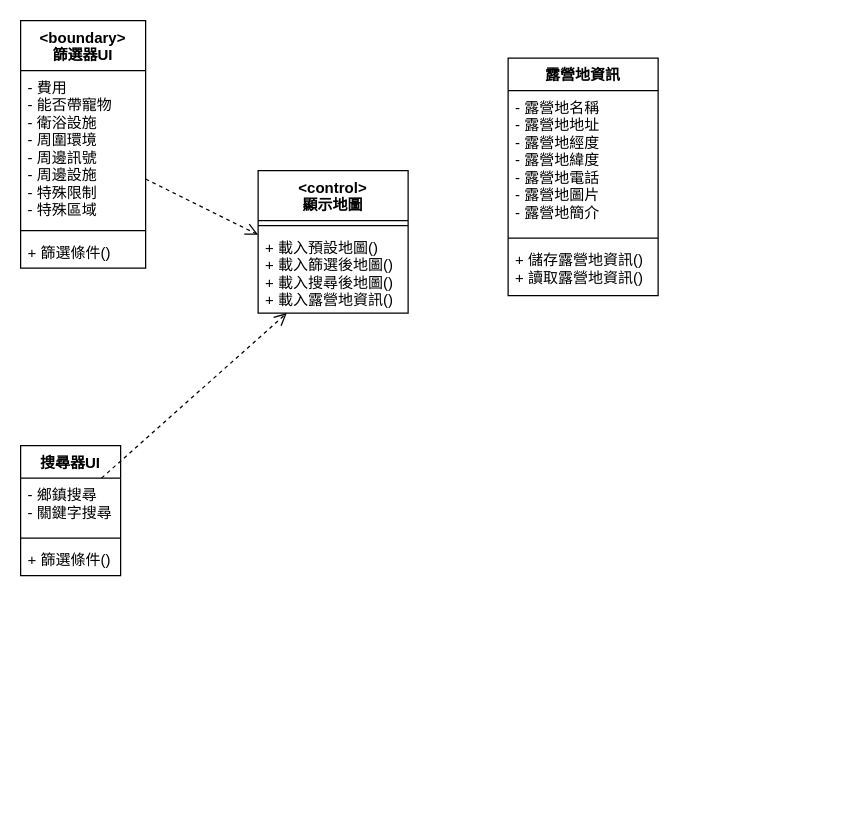
The draw.io diagram page "類別圖" (3 of 3) of UI圖.drawio in sanchongdragon/DrawIOTest, before the edit. Source tidied: cells renumbered, new cells numbered last; positions are measured from the earlier drawing's top-left corner, leaving out a move shared by most shapes. Both pictures are drawn from the tidied source at 125%, with x=0, y=0 at pixel (20, 20).
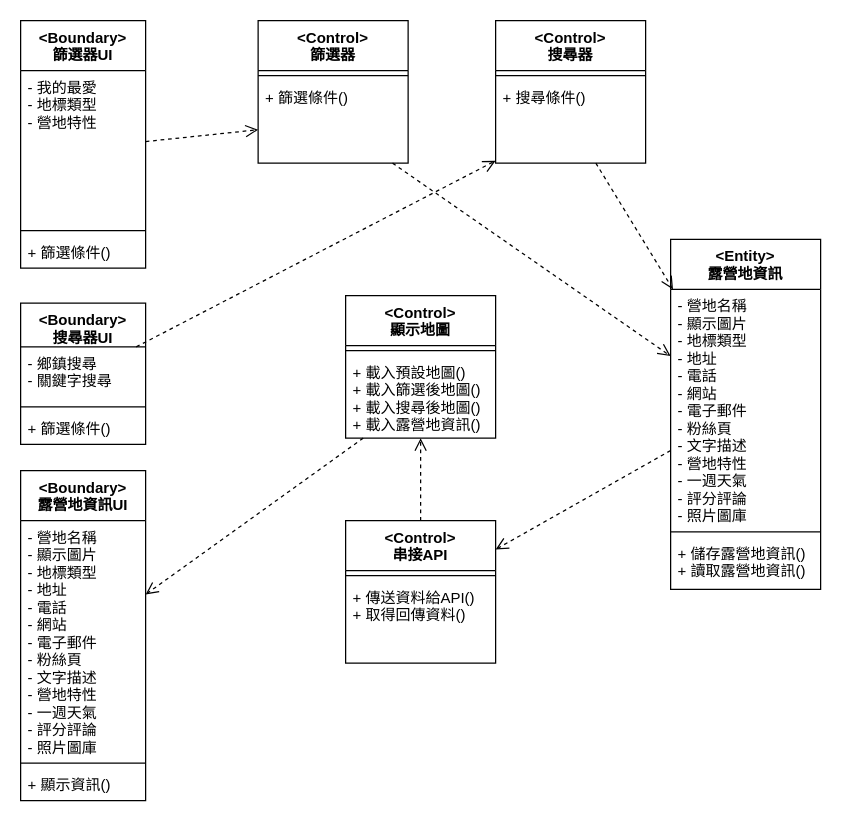
Above is the later version.

Unchanged cells that the change refers to:
```xml
<mxCell id="4" value="+ 載入預設地圖()&#10;+ 載入篩選後地圖()&#10;+ 載入搜尋後地圖()&#10;+ 載入露營地資訊()" style="text;strokeColor=none;fillColor=none;align=left;verticalAlign=top;spacingLeft=4;spacingRight=4;overflow=hidden;points=[[0,0.5],[1,0.5]];portConstraint=eastwest;" parent="2" vertex="1">
  <mxGeometry y="48" width="120" height="66" as="geometry" />
</mxCell>
```

Change to the diagram source:
```diff
@@
-    <mxCell id="2" value="&lt;control&gt;&#10;顯示地圖" style="swimlane;fontStyle=1;align=center;verticalAlign=top;horizontal=1;startSize=40;" parent="1" vertex="1">
-      <mxGeometry x="190" y="120" width="120" height="114" as="geometry" />
+    <mxCell id="2" value="&lt;Control&gt;&#10;顯示地圖" style="swimlane;fontStyle=1;align=center;verticalAlign=top;horizontal=1;startSize=40;" parent="1" vertex="1">
+      <mxGeometry x="260" y="220" width="120" height="114" as="geometry" />
     </mxCell>
@@
-    <mxCell id="5" value="露營地資訊" style="swimlane;fontStyle=1;align=center;verticalAlign=top;horizontal=1;startSize=26;" parent="1" vertex="1">
-      <mxGeometry x="390" y="30" width="120" height="190" as="geometry" />
+    <mxCell id="5" value="&lt;Entity&gt;&#10;露營地資訊" style="swimlane;fontStyle=1;align=center;verticalAlign=top;horizontal=1;startSize=40;" parent="1" vertex="1">
+      <mxGeometry x="520" y="175" width="120" height="280" as="geometry" />
     </mxCell>
-    <mxCell id="6" value="- 露營地名稱&#10;- 露營地地址&#10;- 露營地經度&#10;- 露營地緯度&#10;- 露營地電話&#10;- 露營地圖片&#10;- 露營地簡介" style="text;strokeColor=none;fillColor=none;align=left;verticalAlign=top;spacingLeft=4;spacingRight=4;overflow=hidden;points=[[0,0.5],[1,0.5]];portConstraint=eastwest;" parent="5" vertex="1">
-      <mxGeometry y="26" width="120" height="114" as="geometry" />
+    <mxCell id="6" value="- 營地名稱&#10;- 顯示圖片&#10;- 地標類型&#10;- 地址&#10;- 電話&#10;- 網站&#10;- 電子郵件&#10;- 粉絲頁&#10;- 文字描述&#10;- 營地特性&#10;- 一週天氣&#10;- 評分評論&#10;- 照片圖庫" style="text;strokeColor=none;fillColor=none;align=left;verticalAlign=top;spacingLeft=4;spacingRight=4;overflow=hidden;points=[[0,0.5],[1,0.5]];portConstraint=eastwest;" parent="5" vertex="1">
+      <mxGeometry y="40" width="120" height="190" as="geometry" />
     </mxCell>
     <mxCell id="7" style="line;strokeWidth=1;fillColor=none;align=left;verticalAlign=middle;spacingTop=-1;spacingLeft=3;spacingRight=3;labelPosition=right;" parent="5" vertex="1">
-      <mxGeometry y="140" width="120" height="8" as="geometry" />
+      <mxGeometry y="230" width="120" height="8" as="geometry" />
     </mxCell>
     <mxCell id="8" value="+ 儲存露營地資訊()&#10;+ 讀取露營地資訊()" style="text;strokeColor=none;fillColor=none;align=left;verticalAlign=top;spacingLeft=4;spacingRight=4;overflow=hidden;" parent="5" vertex="1">
-      <mxGeometry y="148" width="120" height="42" as="geometry" />
+      <mxGeometry y="238" width="120" height="42" as="geometry" />
     </mxCell>
-    <mxCell id="9" value="&lt;boundary&gt;&#10;篩選器UI" style="swimlane;fontStyle=1;align=center;verticalAlign=top;horizontal=1;startSize=40;" parent="1" vertex="1">
+    <mxCell id="9" value="&lt;Boundary&gt;&#10;篩選器UI" style="swimlane;fontStyle=1;align=center;verticalAlign=top;horizontal=1;startSize=40;" parent="1" vertex="1">
       <mxGeometry width="100" height="198" as="geometry" />
     </mxCell>
-    <mxCell id="10" value="- 費用&#10;- 能否帶寵物&#10;- 衛浴設施&#10;- 周圍環境&#10;- 周邊訊號&#10;- 周邊設施&#10;- 特殊限制&#10;- 特殊區域" style="text;strokeColor=none;fillColor=none;align=left;verticalAlign=top;spacingLeft=4;spacingRight=4;overflow=hidden;points=[[0,0.5],[1,0.5]];portConstraint=eastwest;" parent="9" vertex="1">
+    <mxCell id="10" value="- 我的最愛&#10;- 地標類型&#10;- 營地特性" style="text;strokeColor=none;fillColor=none;align=left;verticalAlign=top;spacingLeft=4;spacingRight=4;overflow=hidden;points=[[0,0.5],[1,0.5]];portConstraint=eastwest;" parent="9" vertex="1">
       <mxGeometry y="40" width="100" height="124" as="geometry" />
     </mxCell>
@@
-    <mxCell id="13" value="搜尋器UI" style="swimlane;fontStyle=1;align=center;verticalAlign=top;horizontal=1;startSize=26;" parent="1" vertex="1">
-      <mxGeometry y="340" width="80" height="104" as="geometry" />
+    <mxCell id="13" value="&lt;Boundary&gt;&#10;搜尋器UI" style="swimlane;fontStyle=1;align=center;verticalAlign=top;horizontal=1;startSize=35;" parent="1" vertex="1">
+      <mxGeometry y="226" width="100" height="113" as="geometry" />
     </mxCell>
     <mxCell id="14" value="- 鄉鎮搜尋&#10;- 關鍵字搜尋" style="text;strokeColor=none;fillColor=none;align=left;verticalAlign=top;spacingLeft=4;spacingRight=4;overflow=hidden;points=[[0,0.5],[1,0.5]];portConstraint=eastwest;" parent="13" vertex="1">
-      <mxGeometry y="26" width="80" height="44" as="geometry" />
+      <mxGeometry y="35" width="100" height="44" as="geometry" />
     </mxCell>
     <mxCell id="15" style="line;strokeWidth=1;fillColor=none;align=left;verticalAlign=middle;spacingTop=-1;spacingLeft=3;spacingRight=3;labelPosition=right;" parent="13" vertex="1">
-      <mxGeometry y="70" width="80" height="8" as="geometry" />
+      <mxGeometry y="79" width="100" height="8" as="geometry" />
     </mxCell>
     <mxCell id="16" value="+ 篩選條件()" style="text;strokeColor=none;fillColor=none;align=left;verticalAlign=top;spacingLeft=4;spacingRight=4;overflow=hidden;" parent="13" vertex="1">
-      <mxGeometry y="78" width="80" height="26" as="geometry" />
+      <mxGeometry y="87" width="100" height="26" as="geometry" />
     </mxCell>
-    <mxCell id="17" style="html=1;verticalAlign=bottom;endArrow=open;dashed=1;endSize=8;" parent="1" edge="1" source="10" target="4">
-      <mxGeometry relative="1" as="geometry" />
-    </mxCell>
-    <mxCell id="18" style="html=1;verticalAlign=bottom;endArrow=open;dashed=1;endSize=8;" parent="1" edge="1" source="14" target="4">
+    <mxCell id="18" style="html=1;verticalAlign=bottom;endArrow=open;dashed=1;endSize=8;" parent="1" edge="1" source="10" target="21">
       <mxGeometry relative="1" as="geometry" />
     </mxCell>
+    <mxCell id="19" value="&lt;Control&gt;&#10;篩選器" style="swimlane;fontStyle=1;align=center;verticalAlign=top;horizontal=1;startSize=40;" parent="1" vertex="1">
+      <mxGeometry x="190" width="120" height="114" as="geometry" />
+    </mxCell>
+    <mxCell id="20" style="line;strokeWidth=1;fillColor=none;align=left;verticalAlign=middle;spacingTop=-1;spacingLeft=3;spacingRight=3;labelPosition=right;" parent="19" vertex="1">
+      <mxGeometry y="40" width="120" height="8" as="geometry" />
+    </mxCell>
+    <mxCell id="21" value="+ 篩選條件()" style="text;strokeColor=none;fillColor=none;align=left;verticalAlign=top;spacingLeft=4;spacingRight=4;overflow=hidden;points=[[0,0.5],[1,0.5]];portConstraint=eastwest;" parent="19" vertex="1">
+      <mxGeometry y="48" width="120" height="66" as="geometry" />
+    </mxCell>
+    <mxCell id="22" value="&lt;Control&gt;&#10;搜尋器" style="swimlane;fontStyle=1;align=center;verticalAlign=top;horizontal=1;startSize=40;" parent="1" vertex="1">
+      <mxGeometry x="380" width="120" height="114" as="geometry" />
+    </mxCell>
+    <mxCell id="23" style="line;strokeWidth=1;fillColor=none;align=left;verticalAlign=middle;spacingTop=-1;spacingLeft=3;spacingRight=3;labelPosition=right;" parent="22" vertex="1">
+      <mxGeometry y="40" width="120" height="8" as="geometry" />
+    </mxCell>
+    <mxCell id="24" value="+ 搜尋條件()" style="text;strokeColor=none;fillColor=none;align=left;verticalAlign=top;spacingLeft=4;spacingRight=4;overflow=hidden;points=[[0,0.5],[1,0.5]];portConstraint=eastwest;" parent="22" vertex="1">
+      <mxGeometry y="48" width="120" height="66" as="geometry" />
+    </mxCell>
+    <mxCell id="25" value="&lt;Boundary&gt;&#10;露營地資訊UI" style="swimlane;fontStyle=1;align=center;verticalAlign=top;horizontal=1;startSize=40;" parent="1" vertex="1">
+      <mxGeometry y="360" width="100" height="264" as="geometry" />
+    </mxCell>
+    <mxCell id="26" value="- 營地名稱&#10;- 顯示圖片&#10;- 地標類型&#10;- 地址&#10;- 電話&#10;- 網站&#10;- 電子郵件&#10;- 粉絲頁&#10;- 文字描述&#10;- 營地特性&#10;- 一週天氣&#10;- 評分評論&#10;- 照片圖庫" style="text;strokeColor=none;fillColor=none;align=left;verticalAlign=top;spacingLeft=4;spacingRight=4;overflow=hidden;points=[[0,0.5],[1,0.5]];portConstraint=eastwest;" parent="25" vertex="1">
+      <mxGeometry y="40" width="100" height="190" as="geometry" />
+    </mxCell>
+    <mxCell id="27" style="line;strokeWidth=1;fillColor=none;align=left;verticalAlign=middle;spacingTop=-1;spacingLeft=3;spacingRight=3;labelPosition=right;" parent="25" vertex="1">
+      <mxGeometry y="230" width="100" height="8" as="geometry" />
+    </mxCell>
+    <mxCell id="28" value="+ 顯示資訊()" style="text;strokeColor=none;fillColor=none;align=left;verticalAlign=top;spacingLeft=4;spacingRight=4;overflow=hidden;" parent="25" vertex="1">
+      <mxGeometry y="238" width="100" height="26" as="geometry" />
+    </mxCell>
+    <mxCell id="29" value="&lt;Control&gt;&#10;串接API" style="swimlane;fontStyle=1;align=center;verticalAlign=top;horizontal=1;startSize=40;" parent="1" vertex="1">
+      <mxGeometry x="260" y="400" width="120" height="114" as="geometry" />
+    </mxCell>
+    <mxCell id="30" style="line;strokeWidth=1;fillColor=none;align=left;verticalAlign=middle;spacingTop=-1;spacingLeft=3;spacingRight=3;labelPosition=right;" parent="29" vertex="1">
+      <mxGeometry y="40" width="120" height="8" as="geometry" />
+    </mxCell>
+    <mxCell id="31" value="+ 傳送資料給API()&#10;+ 取得回傳資料()" style="text;strokeColor=none;fillColor=none;align=left;verticalAlign=top;spacingLeft=4;spacingRight=4;overflow=hidden;" parent="29" vertex="1">
+      <mxGeometry y="48" width="120" height="66" as="geometry" />
+    </mxCell>
+    <mxCell id="32" style="html=1;verticalAlign=bottom;endArrow=open;dashed=1;endSize=8;" parent="1" edge="1" source="21" target="6">
+      <mxGeometry relative="1" as="geometry" />
+    </mxCell>
+    <mxCell id="33" style="html=1;verticalAlign=bottom;endArrow=open;dashed=1;endSize=8;" parent="1" edge="1" source="6" target="29">
+      <mxGeometry relative="1" as="geometry" />
+    </mxCell>
+    <mxCell id="34" style="html=1;verticalAlign=bottom;endArrow=open;dashed=1;endSize=8;" parent="1" edge="1" source="14" target="24">
+      <mxGeometry relative="1" as="geometry" />
+    </mxCell>
+    <mxCell id="35" style="html=1;verticalAlign=bottom;endArrow=open;dashed=1;endSize=8;" parent="1" edge="1" source="24" target="6">
+      <mxGeometry relative="1" as="geometry" />
+    </mxCell>
+    <mxCell id="36" style="html=1;verticalAlign=bottom;endArrow=open;dashed=1;endSize=8;" parent="1" edge="1" source="4" target="26">
+      <mxGeometry relative="1" as="geometry" />
+    </mxCell>
+    <mxCell id="37" style="html=1;verticalAlign=bottom;endArrow=open;dashed=1;endSize=8;" parent="1" edge="1" source="29" target="4">
+      <mxGeometry relative="1" as="geometry" />
+    </mxCell>
```
